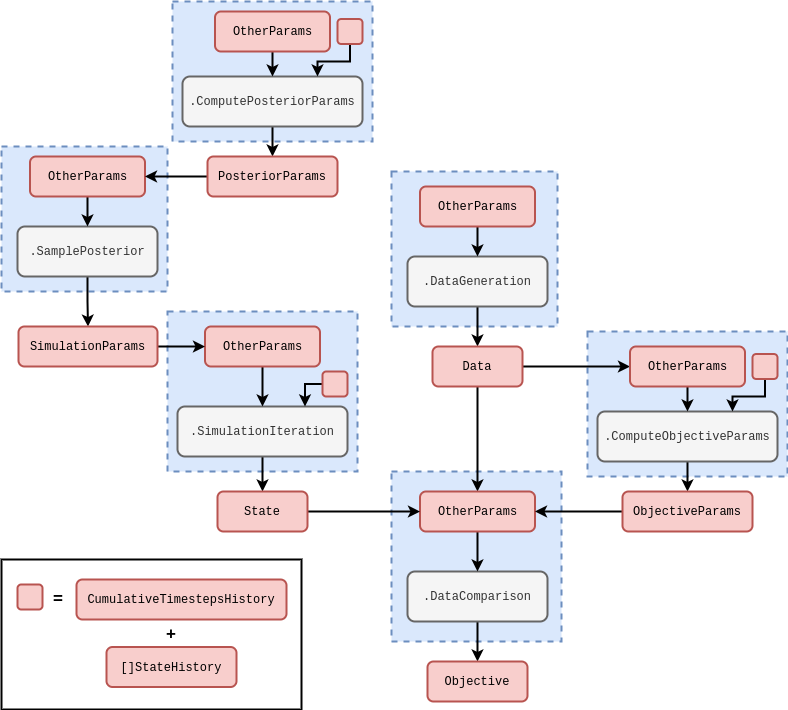
umbralcalc/umbralcalc.github.io keeps this draw.io diagram as assets/stochadexII/stochadexII-simulation-inference-code.drawio.png. Above is the earlier version. Source tidied: cells renumbered, new cells last; positions are measured from the earlier drawing's top-left corner, leaving out a move shared by most shapes.
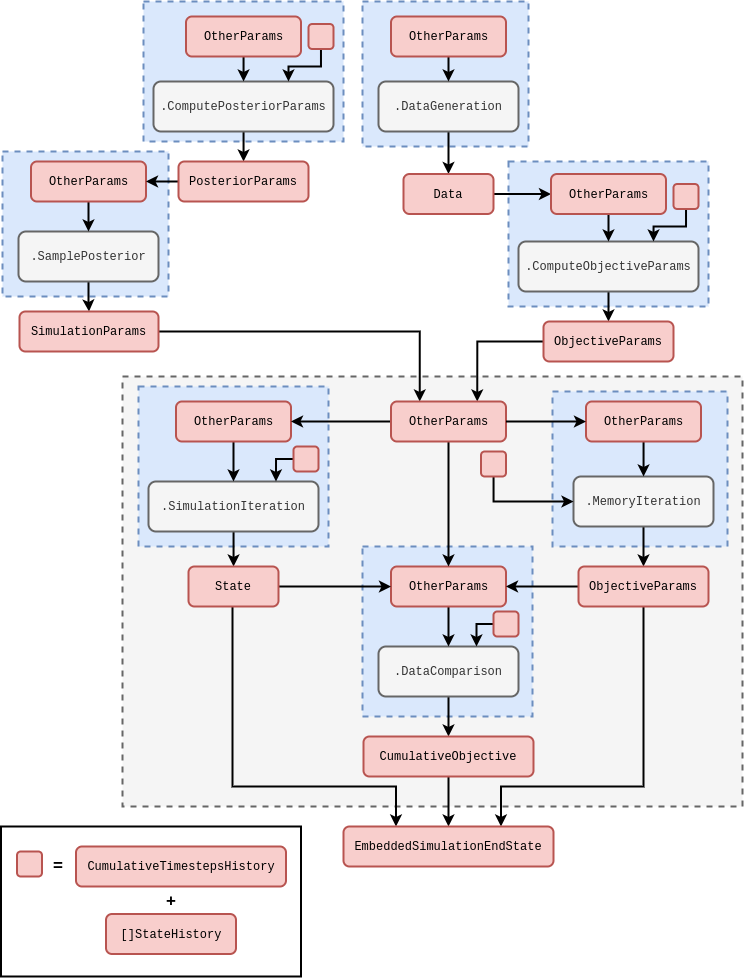
The same file after the commit.

Commit message:
Updated diagram of inference

What changed in the source:
```diff
@@ -2,152 +2,167 @@
   <root>
     <mxCell id="0" />
     <mxCell id="1" parent="0" />
+    <mxCell id="56" style="rounded=0;whiteSpace=wrap;html=1;fillColor=#f5f5f5;dashed=1;strokeWidth=2;fontColor=#333333;strokeColor=#666666;" parent="1" vertex="1">
+      <mxGeometry x="150" y="370" width="620" height="430" as="geometry" />
+    </mxCell>
     <mxCell id="2" style="rounded=0;whiteSpace=wrap;html=1;strokeWidth=2;" parent="1" vertex="1">
-      <mxGeometry y="558" width="300" height="150" as="geometry" />
+      <mxGeometry x="28.5" y="820" width="300" height="150" as="geometry" />
     </mxCell>
     <mxCell id="3" style="rounded=0;whiteSpace=wrap;html=1;dashed=1;strokeWidth=2;fillColor=#dae8fc;strokeColor=#6c8ebf;" parent="1" vertex="1">
-      <mxGeometry x="166" y="310" width="190" height="160" as="geometry" />
+      <mxGeometry x="166" y="380" width="190" height="160" as="geometry" />
     </mxCell>
     <mxCell id="4" style="rounded=0;whiteSpace=wrap;html=1;dashed=1;strokeWidth=2;fillColor=#dae8fc;strokeColor=#6c8ebf;" parent="1" vertex="1">
-      <mxGeometry x="390" y="170" width="166" height="155" as="geometry" />
+      <mxGeometry x="390" y="-5" width="166" height="145" as="geometry" />
     </mxCell>
     <mxCell id="5" style="rounded=0;whiteSpace=wrap;html=1;dashed=1;strokeWidth=2;fillColor=#dae8fc;strokeColor=#6c8ebf;" parent="1" vertex="1">
-      <mxGeometry x="586" y="330" width="200" height="145" as="geometry" />
+      <mxGeometry x="536" y="155" width="200" height="145" as="geometry" />
     </mxCell>
     <mxCell id="6" style="rounded=0;whiteSpace=wrap;html=1;dashed=1;strokeWidth=2;fillColor=#dae8fc;strokeColor=#6c8ebf;" parent="1" vertex="1">
-      <mxGeometry x="390" y="470" width="170" height="170" as="geometry" />
+      <mxGeometry x="390" y="540" width="170" height="170" as="geometry" />
     </mxCell>
     <mxCell id="7" style="edgeStyle=orthogonalEdgeStyle;rounded=0;jettySize=auto;html=1;strokeWidth=2;" parent="1" edge="1" source="8" target="11">
       <mxGeometry relative="1" as="geometry" />
     </mxCell>
     <mxCell id="8" value="&lt;font face=&quot;Courier New&quot;&gt;.DataGeneration&lt;/font&gt;" style="rounded=1;whiteSpace=wrap;html=1;strokeWidth=2;fillColor=#f5f5f5;fontColor=#333333;strokeColor=#666666;" parent="1" vertex="1">
-      <mxGeometry x="406" y="255" width="140" height="50" as="geometry" />
+      <mxGeometry x="406" y="75" width="140" height="50" as="geometry" />
     </mxCell>
-    <mxCell id="9" style="edgeStyle=orthogonalEdgeStyle;rounded=0;jettySize=auto;html=1;entryX=0.5;entryY=0;entryDx=0;entryDy=0;strokeWidth=2;" parent="1" edge="1" source="11" target="15">
-      <mxGeometry relative="1" as="geometry" />
-    </mxCell>
     <mxCell id="10" style="edgeStyle=orthogonalEdgeStyle;rounded=0;jettySize=auto;html=1;entryX=0;entryY=0.5;entryDx=0;entryDy=0;strokeWidth=2;" parent="1" edge="1" source="11" target="20">
       <mxGeometry relative="1" as="geometry" />
     </mxCell>
     <mxCell id="11" value="&lt;font face=&quot;Courier New&quot;&gt;Data&lt;/font&gt;" style="rounded=1;whiteSpace=wrap;html=1;strokeWidth=2;fillColor=#f8cecc;strokeColor=#b85450;" parent="1" vertex="1">
-      <mxGeometry x="431" y="345" width="90" height="40" as="geometry" />
+      <mxGeometry x="431" y="167.5" width="90" height="40" as="geometry" />
     </mxCell>
-    <mxCell id="12" style="edgeStyle=orthogonalEdgeStyle;rounded=0;jettySize=auto;html=1;strokeWidth=2;" parent="1" edge="1" source="13" target="29">
+    <mxCell id="12" style="edgeStyle=orthogonalEdgeStyle;rounded=0;jettySize=auto;html=1;entryX=0.5;entryY=0;entryDx=0;entryDy=0;strokeWidth=2;" parent="1" edge="1" source="13" target="29">
       <mxGeometry relative="1" as="geometry" />
     </mxCell>
     <mxCell id="13" value="&lt;font face=&quot;Courier New&quot;&gt;.DataComparison&lt;/font&gt;" style="rounded=1;whiteSpace=wrap;html=1;strokeWidth=2;fillColor=#f5f5f5;fontColor=#333333;strokeColor=#666666;" parent="1" vertex="1">
-      <mxGeometry x="406" y="570" width="140" height="50" as="geometry" />
+      <mxGeometry x="406" y="640" width="140" height="50" as="geometry" />
     </mxCell>
     <mxCell id="14" style="edgeStyle=orthogonalEdgeStyle;rounded=0;jettySize=auto;html=1;strokeWidth=2;" parent="1" edge="1" source="15" target="13">
       <mxGeometry relative="1" as="geometry" />
     </mxCell>
     <mxCell id="15" value="&lt;font face=&quot;Courier New&quot;&gt;OtherParams&lt;/font&gt;" style="rounded=1;whiteSpace=wrap;html=1;strokeWidth=2;fillColor=#f8cecc;strokeColor=#b85450;" parent="1" vertex="1">
-      <mxGeometry x="418.5" y="490" width="115" height="40" as="geometry" />
+      <mxGeometry x="418.5" y="560" width="115" height="40" as="geometry" />
     </mxCell>
-    <mxCell id="16" style="edgeStyle=orthogonalEdgeStyle;rounded=0;jettySize=auto;html=1;entryX=1;entryY=0.5;entryDx=0;entryDy=0;strokeWidth=2;exitX=0;exitY=0.5;exitDx=0;exitDy=0;" parent="1" edge="1" source="30" target="15">
-      <mxGeometry relative="1" as="geometry" />
+    <mxCell id="16" style="edgeStyle=orthogonalEdgeStyle;rounded=0;jettySize=auto;html=1;entryX=0.75;entryY=0;entryDx=0;entryDy=0;strokeWidth=2;exitX=0;exitY=0.5;exitDx=0;exitDy=0;" parent="1" edge="1" source="30" target="63">
+      <mxGeometry relative="1" as="geometry">
+        <Array as="points">
+          <mxPoint x="505" y="335" />
+        </Array>
+      </mxGeometry>
     </mxCell>
     <mxCell id="17" style="edgeStyle=orthogonalEdgeStyle;rounded=0;jettySize=auto;html=1;strokeWidth=2;" parent="1" edge="1" source="18" target="30">
       <mxGeometry relative="1" as="geometry" />
     </mxCell>
     <mxCell id="18" value="&lt;font face=&quot;Courier New&quot;&gt;.ComputeObjectiveParams&lt;/font&gt;" style="rounded=1;whiteSpace=wrap;html=1;strokeWidth=2;fillColor=#f5f5f5;fontColor=#333333;strokeColor=#666666;" parent="1" vertex="1">
-      <mxGeometry x="596" y="410" width="180" height="50" as="geometry" />
+      <mxGeometry x="546" y="235" width="180" height="50" as="geometry" />
     </mxCell>
     <mxCell id="19" style="edgeStyle=orthogonalEdgeStyle;rounded=0;jettySize=auto;html=1;strokeWidth=2;" parent="1" edge="1" source="20" target="18">
       <mxGeometry relative="1" as="geometry" />
     </mxCell>
     <mxCell id="20" value="&lt;font face=&quot;Courier New&quot;&gt;OtherParams&lt;/font&gt;" style="rounded=1;whiteSpace=wrap;html=1;strokeWidth=2;fillColor=#f8cecc;strokeColor=#b85450;" parent="1" vertex="1">
-      <mxGeometry x="628.5" y="345" width="115" height="40" as="geometry" />
+      <mxGeometry x="578.5" y="167.5" width="115" height="40" as="geometry" />
     </mxCell>
     <mxCell id="21" style="edgeStyle=orthogonalEdgeStyle;rounded=0;jettySize=auto;html=1;strokeWidth=2;" parent="1" edge="1" source="22" target="24">
       <mxGeometry relative="1" as="geometry" />
     </mxCell>
     <mxCell id="22" value="&lt;font face=&quot;Courier New&quot;&gt;.SimulationIteration&lt;/font&gt;" style="rounded=1;whiteSpace=wrap;html=1;strokeWidth=2;fillColor=#f5f5f5;fontColor=#333333;strokeColor=#666666;" parent="1" vertex="1">
-      <mxGeometry x="176" y="405" width="170" height="50" as="geometry" />
+      <mxGeometry x="176" y="475" width="170" height="50" as="geometry" />
     </mxCell>
     <mxCell id="23" style="edgeStyle=orthogonalEdgeStyle;rounded=0;jettySize=auto;html=1;strokeWidth=2;" parent="1" edge="1" source="24" target="15">
       <mxGeometry relative="1" as="geometry" />
     </mxCell>
+    <mxCell id="57" style="edgeStyle=orthogonalEdgeStyle;rounded=0;jettySize=auto;html=1;entryX=0.25;entryY=0;entryDx=0;entryDy=0;strokeWidth=2;" parent="1" edge="1" source="24" target="75">
+      <mxGeometry relative="1" as="geometry">
+        <Array as="points">
+          <mxPoint x="260" y="780" />
+          <mxPoint x="424" y="780" />
+        </Array>
+      </mxGeometry>
+    </mxCell>
     <mxCell id="24" value="&lt;font face=&quot;Courier New&quot;&gt;State&lt;/font&gt;" style="rounded=1;whiteSpace=wrap;html=1;strokeWidth=2;fillColor=#f8cecc;strokeColor=#b85450;" parent="1" vertex="1">
-      <mxGeometry x="216" y="490" width="90" height="40" as="geometry" />
+      <mxGeometry x="216" y="560" width="90" height="40" as="geometry" />
     </mxCell>
     <mxCell id="25" style="edgeStyle=orthogonalEdgeStyle;rounded=0;jettySize=auto;html=1;strokeWidth=2;" parent="1" edge="1" source="26" target="8">
       <mxGeometry relative="1" as="geometry" />
     </mxCell>
     <mxCell id="26" value="&lt;font face=&quot;Courier New&quot;&gt;OtherParams&lt;/font&gt;" style="rounded=1;whiteSpace=wrap;html=1;strokeWidth=2;fillColor=#f8cecc;strokeColor=#b85450;" parent="1" vertex="1">
-      <mxGeometry x="418.5" y="185" width="115" height="40" as="geometry" />
+      <mxGeometry x="418.5" y="10" width="115" height="40" as="geometry" />
     </mxCell>
     <mxCell id="27" style="edgeStyle=orthogonalEdgeStyle;rounded=0;jettySize=auto;html=1;strokeWidth=2;" parent="1" edge="1" source="28" target="22">
       <mxGeometry relative="1" as="geometry" />
     </mxCell>
     <mxCell id="28" value="&lt;font face=&quot;Courier New&quot;&gt;OtherParams&lt;/font&gt;" style="rounded=1;whiteSpace=wrap;html=1;strokeWidth=2;fillColor=#f8cecc;strokeColor=#b85450;" parent="1" vertex="1">
-      <mxGeometry x="203.5" y="325" width="115" height="40" as="geometry" />
+      <mxGeometry x="203.5" y="395" width="115" height="40" as="geometry" />
     </mxCell>
+    <mxCell id="58" style="edgeStyle=orthogonalEdgeStyle;rounded=0;jettySize=auto;html=1;strokeWidth=2;" parent="1" edge="1" source="29" target="75">
+      <mxGeometry relative="1" as="geometry" />
+    </mxCell>
-    <mxCell id="29" value="&lt;font face=&quot;Courier New&quot;&gt;Objective&lt;/font&gt;" style="rounded=1;whiteSpace=wrap;html=1;strokeWidth=2;fillColor=#f8cecc;strokeColor=#b85450;" parent="1" vertex="1">
-      <mxGeometry x="426" y="660" width="100" height="40" as="geometry" />
+    <mxCell id="29" value="&lt;font face=&quot;Courier New&quot;&gt;CumulativeObjective&lt;/font&gt;" style="rounded=1;whiteSpace=wrap;html=1;strokeWidth=2;fillColor=#f8cecc;strokeColor=#b85450;" parent="1" vertex="1">
+      <mxGeometry x="391" y="730" width="170" height="40" as="geometry" />
     </mxCell>
     <mxCell id="30" value="&lt;font face=&quot;Courier New&quot;&gt;ObjectiveParams&lt;/font&gt;" style="rounded=1;whiteSpace=wrap;html=1;strokeWidth=2;fillColor=#f8cecc;strokeColor=#b85450;" parent="1" vertex="1">
-      <mxGeometry x="621" y="490" width="130" height="40" as="geometry" />
+      <mxGeometry x="571" y="315" width="130" height="40" as="geometry" />
     </mxCell>
     <mxCell id="31" style="edgeStyle=orthogonalEdgeStyle;rounded=0;jettySize=auto;html=1;entryX=0.75;entryY=0;entryDx=0;entryDy=0;strokeWidth=2;exitX=0;exitY=0.5;exitDx=0;exitDy=0;" parent="1" edge="1" source="32" target="22">
       <mxGeometry relative="1" as="geometry">
         <Array as="points">
-          <mxPoint x="304" y="383" />
+          <mxPoint x="304" y="453" />
         </Array>
       </mxGeometry>
     </mxCell>
     <mxCell id="32" style="rounded=1;whiteSpace=wrap;html=1;strokeWidth=2;fillColor=#f8cecc;strokeColor=#b85450;" parent="1" vertex="1">
-      <mxGeometry x="321" y="370" width="25" height="25" as="geometry" />
+      <mxGeometry x="321" y="440" width="25" height="25" as="geometry" />
     </mxCell>
     <mxCell id="33" style="edgeStyle=orthogonalEdgeStyle;rounded=0;jettySize=auto;html=1;entryX=0.75;entryY=0;entryDx=0;entryDy=0;strokeWidth=2;" parent="1" edge="1" source="34" target="18">
       <mxGeometry relative="1" as="geometry">
         <Array as="points">
-          <mxPoint x="764" y="395" />
-          <mxPoint x="731" y="395" />
+          <mxPoint x="714" y="220" />
+          <mxPoint x="681" y="220" />
         </Array>
       </mxGeometry>
     </mxCell>
     <mxCell id="34" style="rounded=1;whiteSpace=wrap;html=1;strokeWidth=2;fillColor=#f8cecc;strokeColor=#b85450;" parent="1" vertex="1">
-      <mxGeometry x="751" y="352.5" width="25" height="25" as="geometry" />
+      <mxGeometry x="701" y="177.5" width="25" height="25" as="geometry" />
     </mxCell>
     <mxCell id="35" style="rounded=0;whiteSpace=wrap;html=1;dashed=1;strokeWidth=2;fillColor=#dae8fc;strokeColor=#6c8ebf;" parent="1" vertex="1">
-      <mxGeometry y="145" width="166" height="145" as="geometry" />
+      <mxGeometry x="30" y="145" width="166" height="145" as="geometry" />
     </mxCell>
     <mxCell id="36" style="edgeStyle=orthogonalEdgeStyle;rounded=0;jettySize=auto;html=1;strokeWidth=2;entryX=0.5;entryY=0;entryDx=0;entryDy=0;" parent="1" edge="1" source="37" target="39">
       <mxGeometry relative="1" as="geometry" />
     </mxCell>
     <mxCell id="37" value="&lt;font face=&quot;Courier New&quot;&gt;.SamplePosterior&lt;/font&gt;" style="rounded=1;whiteSpace=wrap;html=1;strokeWidth=2;fillColor=#f5f5f5;fontColor=#333333;strokeColor=#666666;" parent="1" vertex="1">
-      <mxGeometry x="16" y="225" width="140" height="50" as="geometry" />
+      <mxGeometry x="46" y="225" width="140" height="50" as="geometry" />
     </mxCell>
-    <mxCell id="38" style="edgeStyle=orthogonalEdgeStyle;rounded=0;jettySize=auto;html=1;strokeWidth=2;" parent="1" edge="1" source="39" target="28">
+    <mxCell id="38" style="edgeStyle=orthogonalEdgeStyle;rounded=0;jettySize=auto;html=1;strokeWidth=2;entryX=0.25;entryY=0;entryDx=0;entryDy=0;" parent="1" edge="1" source="39" target="63">
       <mxGeometry relative="1" as="geometry" />
     </mxCell>
     <mxCell id="39" value="&lt;font face=&quot;Courier New&quot;&gt;SimulationParams&lt;/font&gt;" style="rounded=1;whiteSpace=wrap;html=1;strokeWidth=2;fillColor=#f8cecc;strokeColor=#b85450;" parent="1" vertex="1">
-      <mxGeometry x="17" y="325" width="139" height="40" as="geometry" />
+      <mxGeometry x="47" y="305" width="139" height="40" as="geometry" />
     </mxCell>
     <mxCell id="40" style="edgeStyle=orthogonalEdgeStyle;rounded=0;jettySize=auto;html=1;strokeWidth=2;" parent="1" edge="1" source="41" target="37">
       <mxGeometry relative="1" as="geometry" />
     </mxCell>
     <mxCell id="41" value="&lt;font face=&quot;Courier New&quot;&gt;OtherParams&lt;/font&gt;" style="rounded=1;whiteSpace=wrap;html=1;strokeWidth=2;fillColor=#f8cecc;strokeColor=#b85450;" parent="1" vertex="1">
-      <mxGeometry x="28.5" y="155" width="115" height="40" as="geometry" />
+      <mxGeometry x="58.5" y="155" width="115" height="40" as="geometry" />
     </mxCell>
     <mxCell id="42" value="&lt;font face=&quot;Courier New&quot;&gt;[]StateHistory&lt;/font&gt;" style="rounded=1;whiteSpace=wrap;html=1;strokeWidth=2;fillColor=#f8cecc;strokeColor=#b85450;" parent="1" vertex="1">
-      <mxGeometry x="105" y="645.5" width="130" height="40" as="geometry" />
+      <mxGeometry x="133.5" y="907.5" width="130" height="40" as="geometry" />
     </mxCell>
     <mxCell id="43" value="&lt;font face=&quot;Courier New&quot;&gt;CumulativeTimestepsHistory&lt;/font&gt;" style="rounded=1;whiteSpace=wrap;html=1;strokeWidth=2;fillColor=#f8cecc;strokeColor=#b85450;" parent="1" vertex="1">
-      <mxGeometry x="75" y="578" width="210" height="40" as="geometry" />
+      <mxGeometry x="103.5" y="840" width="210" height="40" as="geometry" />
     </mxCell>
     <mxCell id="44" style="rounded=1;whiteSpace=wrap;html=1;strokeWidth=2;fillColor=#f8cecc;strokeColor=#b85450;" parent="1" vertex="1">
-      <mxGeometry x="16" y="583" width="25" height="25" as="geometry" />
+      <mxGeometry x="44.5" y="845" width="25" height="25" as="geometry" />
     </mxCell>
     <mxCell id="45" value="&lt;b&gt;&lt;font style=&quot;font-size: 17px;&quot;&gt;=&lt;/font&gt;&lt;/b&gt;" style="text;html=1;align=center;verticalAlign=middle;whiteSpace=wrap;rounded=0;" parent="1" vertex="1">
-      <mxGeometry x="45" y="583" width="24" height="30" as="geometry" />
+      <mxGeometry x="73.5" y="845" width="24" height="30" as="geometry" />
     </mxCell>
     <mxCell id="46" value="&lt;b&gt;&lt;font style=&quot;font-size: 17px;&quot;&gt;+&lt;/font&gt;&lt;/b&gt;" style="text;html=1;align=center;verticalAlign=middle;whiteSpace=wrap;rounded=0;" parent="1" vertex="1">
-      <mxGeometry x="140" y="618" width="60" height="30" as="geometry" />
+      <mxGeometry x="168.5" y="880" width="60" height="30" as="geometry" />
     </mxCell>
     <mxCell id="47" style="rounded=0;whiteSpace=wrap;html=1;dashed=1;strokeWidth=2;fillColor=#dae8fc;strokeColor=#6c8ebf;" parent="1" vertex="1">
-      <mxGeometry x="171" width="200" height="140" as="geometry" />
+      <mxGeometry x="171" y="-5" width="200" height="140" as="geometry" />
     </mxCell>
     <mxCell id="48" style="edgeStyle=orthogonalEdgeStyle;rounded=0;jettySize=auto;html=1;strokeWidth=2;" parent="1" edge="1" source="49" target="53">
       <mxGeometry relative="1" as="geometry" />
@@ -178,5 +193,70 @@
     <mxCell id="55" style="rounded=1;whiteSpace=wrap;html=1;strokeWidth=2;fillColor=#f8cecc;strokeColor=#b85450;" parent="1" vertex="1">
       <mxGeometry x="336" y="17.5" width="25" height="25" as="geometry" />
     </mxCell>
+    <mxCell id="59" style="edgeStyle=orthogonalEdgeStyle;rounded=0;jettySize=auto;html=1;entryX=0.75;entryY=0;entryDx=0;entryDy=0;strokeWidth=2;exitX=0;exitY=0.5;exitDx=0;exitDy=0;" parent="1" edge="1" source="60">
+      <mxGeometry relative="1" as="geometry">
+        <mxPoint x="504" y="640" as="targetPoint" />
+        <Array as="points">
+          <mxPoint x="504" y="618" />
+        </Array>
+      </mxGeometry>
+    </mxCell>
+    <mxCell id="60" style="rounded=1;whiteSpace=wrap;html=1;strokeWidth=2;fillColor=#f8cecc;strokeColor=#b85450;" parent="1" vertex="1">
+      <mxGeometry x="521" y="605" width="25" height="25" as="geometry" />
+    </mxCell>
+    <mxCell id="61" style="edgeStyle=orthogonalEdgeStyle;rounded=0;jettySize=auto;html=1;entryX=1;entryY=0.5;entryDx=0;entryDy=0;strokeWidth=2;" parent="1" edge="1" source="63" target="28">
+      <mxGeometry relative="1" as="geometry" />
+    </mxCell>
+    <mxCell id="62" style="edgeStyle=orthogonalEdgeStyle;rounded=0;jettySize=auto;html=1;strokeWidth=2;" parent="1" edge="1" source="63" target="15">
+      <mxGeometry relative="1" as="geometry" />
+    </mxCell>
+    <mxCell id="63" value="&lt;font face=&quot;Courier New&quot;&gt;OtherParams&lt;/font&gt;" style="rounded=1;whiteSpace=wrap;html=1;strokeWidth=2;fillColor=#f8cecc;strokeColor=#b85450;" parent="1" vertex="1">
+      <mxGeometry x="418.5" y="395" width="115" height="40" as="geometry" />
+    </mxCell>
+    <mxCell id="64" style="rounded=0;whiteSpace=wrap;html=1;dashed=1;strokeWidth=2;fillColor=#dae8fc;strokeColor=#6c8ebf;" parent="1" vertex="1">
+      <mxGeometry x="580" y="385" width="175" height="155" as="geometry" />
+    </mxCell>
+    <mxCell id="65" style="edgeStyle=orthogonalEdgeStyle;rounded=0;jettySize=auto;html=1;strokeWidth=2;" parent="1" edge="1" source="66" target="71">
+      <mxGeometry relative="1" as="geometry" />
+    </mxCell>
+    <mxCell id="66" value="&lt;font face=&quot;Courier New&quot;&gt;.MemoryIteration&lt;/font&gt;" style="rounded=1;whiteSpace=wrap;html=1;strokeWidth=2;fillColor=#f5f5f5;fontColor=#333333;strokeColor=#666666;" parent="1" vertex="1">
+      <mxGeometry x="601" y="470" width="140" height="50" as="geometry" />
+    </mxCell>
+    <mxCell id="67" style="edgeStyle=orthogonalEdgeStyle;rounded=0;jettySize=auto;html=1;strokeWidth=2;" parent="1" edge="1" source="68" target="66">
+      <mxGeometry relative="1" as="geometry" />
+    </mxCell>
+    <mxCell id="68" value="&lt;font face=&quot;Courier New&quot;&gt;OtherParams&lt;/font&gt;" style="rounded=1;whiteSpace=wrap;html=1;strokeWidth=2;fillColor=#f8cecc;strokeColor=#b85450;" parent="1" vertex="1">
+      <mxGeometry x="613.5" y="395" width="115" height="40" as="geometry" />
+    </mxCell>
+    <mxCell id="69" style="edgeStyle=orthogonalEdgeStyle;rounded=0;jettySize=auto;html=1;entryX=1;entryY=0.5;entryDx=0;entryDy=0;strokeWidth=2;" parent="1" edge="1" source="71" target="15">
+      <mxGeometry relative="1" as="geometry" />
+    </mxCell>
+    <mxCell id="70" style="edgeStyle=orthogonalEdgeStyle;rounded=0;jettySize=auto;html=1;entryX=0.75;entryY=0;entryDx=0;entryDy=0;strokeWidth=2;" parent="1" edge="1" source="71" target="75">
+      <mxGeometry relative="1" as="geometry">
+        <Array as="points">
+          <mxPoint x="671" y="780" />
+          <mxPoint x="529" y="780" />
+        </Array>
+      </mxGeometry>
+    </mxCell>
+    <mxCell id="71" value="&lt;span style=&quot;font-family: &amp;quot;Courier New&amp;quot;;&quot;&gt;ObjectiveParams&lt;/span&gt;" style="rounded=1;whiteSpace=wrap;html=1;strokeWidth=2;fillColor=#f8cecc;strokeColor=#b85450;" parent="1" vertex="1">
+      <mxGeometry x="606" y="560" width="130" height="40" as="geometry" />
+    </mxCell>
+    <mxCell id="72" style="edgeStyle=orthogonalEdgeStyle;rounded=0;jettySize=auto;html=1;entryX=0;entryY=0.5;entryDx=0;entryDy=0;strokeWidth=2;" parent="1" edge="1" source="73" target="66">
+      <mxGeometry relative="1" as="geometry">
+        <Array as="points">
+          <mxPoint x="521" y="495" />
+        </Array>
+      </mxGeometry>
+    </mxCell>
+    <mxCell id="73" style="rounded=1;whiteSpace=wrap;html=1;strokeWidth=2;fillColor=#f8cecc;strokeColor=#b85450;" parent="1" vertex="1">
+      <mxGeometry x="508.5" y="445" width="25" height="25" as="geometry" />
+    </mxCell>
+    <mxCell id="74" style="edgeStyle=orthogonalEdgeStyle;rounded=0;jettySize=auto;html=1;entryX=0;entryY=0.5;entryDx=0;entryDy=0;strokeWidth=2;" parent="1" edge="1" source="63" target="68">
+      <mxGeometry relative="1" as="geometry" />
+    </mxCell>
+    <mxCell id="75" value="&lt;font face=&quot;Courier New&quot;&gt;EmbeddedSimulationEndState&lt;/font&gt;" style="rounded=1;whiteSpace=wrap;html=1;strokeWidth=2;fillColor=#f8cecc;strokeColor=#b85450;" parent="1" vertex="1">
+      <mxGeometry x="371" y="820" width="210" height="40" as="geometry" />
+    </mxCell>
   </root>
 </mxGraphModel>
```
